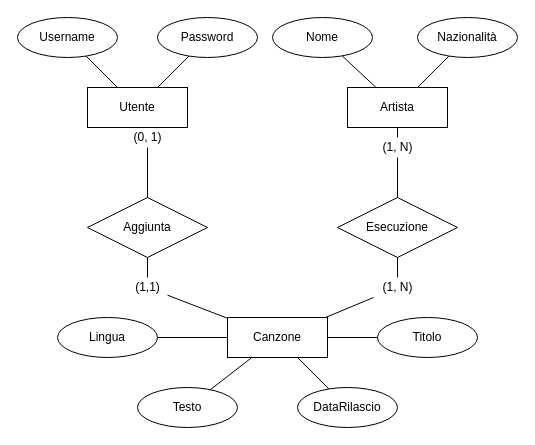
Earlier version of the draw.io diagram Schemi/ER.drawio (M2Max/Lyrics). Source tidied: cells renumbered, new cells numbered last; positions are measured from the earlier drawing's top-left corner, leaving out a move shared by most shapes. Both pictures are drawn from the tidied source at 100%, with x=0, y=0 at pixel (17, 17).
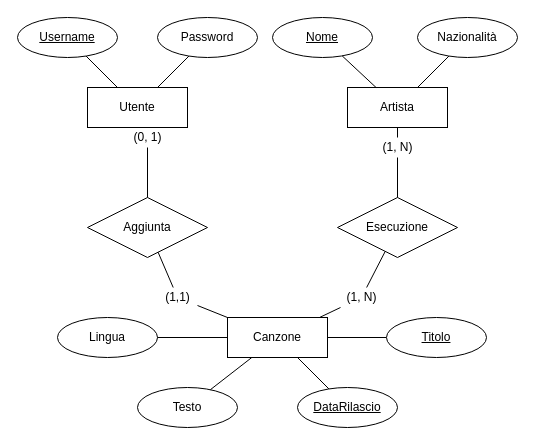
The same page after the edit.

Commit message (it also covers changes not shown here):
Aggiornato schema creata html

Diff of the diagram source:
```diff
@@
-    <mxCell id="4" value="Username" style="ellipse;whiteSpace=wrap;html=1;align=center;" parent="1" vertex="1">
+    <mxCell id="4" value="&lt;u&gt;Username&lt;/u&gt;" style="ellipse;whiteSpace=wrap;html=1;align=center;" parent="1" vertex="1">
       <mxGeometry width="100" height="40" as="geometry" />
     </mxCell>
@@
-    <mxCell id="10" value="Titolo" style="ellipse;whiteSpace=wrap;html=1;align=center;" parent="1" vertex="1">
-      <mxGeometry x="360" y="300" width="100" height="40" as="geometry" />
-    </mxCell>
@@
-    <mxCell id="12" value="DataRilascio" style="ellipse;whiteSpace=wrap;html=1;align=center;" parent="1" vertex="1">
+    <mxCell id="12" value="&lt;u&gt;DataRilascio&lt;/u&gt;" style="ellipse;whiteSpace=wrap;html=1;align=center;" parent="1" vertex="1">
       <mxGeometry x="280" y="370" width="100" height="40" as="geometry" />
     </mxCell>
@@
-    <mxCell id="18" value="Nome" style="ellipse;whiteSpace=wrap;html=1;align=center;" parent="1" vertex="1">
+    <mxCell id="18" value="&lt;u&gt;Nome&lt;/u&gt;" style="ellipse;whiteSpace=wrap;html=1;align=center;" parent="1" vertex="1">
       <mxGeometry x="255" width="100" height="40" as="geometry" />
     </mxCell>
@@
     <mxCell id="27" value="(1,1)" style="text;html=1;align=center;verticalAlign=middle;points=[];strokeColor=none;fillColor=none;" parent="1" vertex="1">
-      <mxGeometry x="110" y="260" width="40" height="20" as="geometry" />
+      <mxGeometry x="140" y="270" width="40" height="20" as="geometry" />
     </mxCell>
@@
     <mxCell id="33" value="(1, N)" style="text;html=1;align=center;verticalAlign=middle;points=[];strokeColor=none;fillColor=none;" parent="1" vertex="1">
-      <mxGeometry x="355" y="260" width="50" height="20" as="geometry" />
+      <mxGeometry x="319" y="270" width="50" height="20" as="geometry" />
     </mxCell>
@@
+    <mxCell id="10" value="Titolo" style="ellipse;whiteSpace=wrap;html=1;align=center;fontStyle=4;" parent="1" vertex="1">
+      <mxGeometry x="369" y="300" width="100" height="40" as="geometry" />
+    </mxCell>
```
